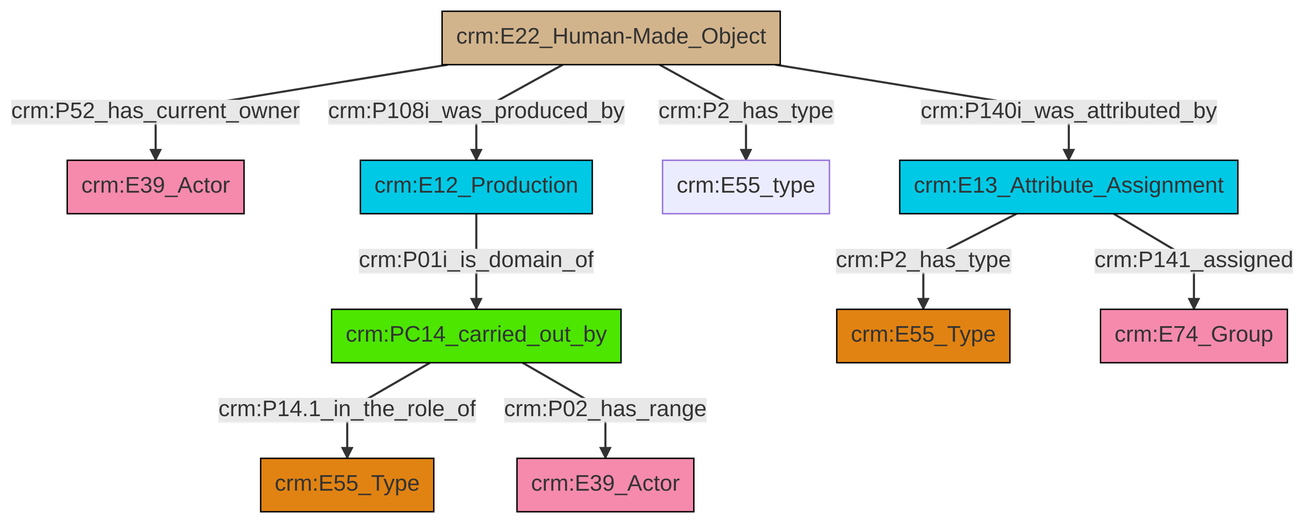
This is et/builtWorkCSV/ttl/mmd/png/Built_Work_actor_relations.png from swiss-art-research-net/reference-data-models, a Mermaid export, as it was before one commit. Its source is kept beside it as et/builtWorkCSV/ttl/mmd/Built_Work_actor_relations.ttl.mmd.
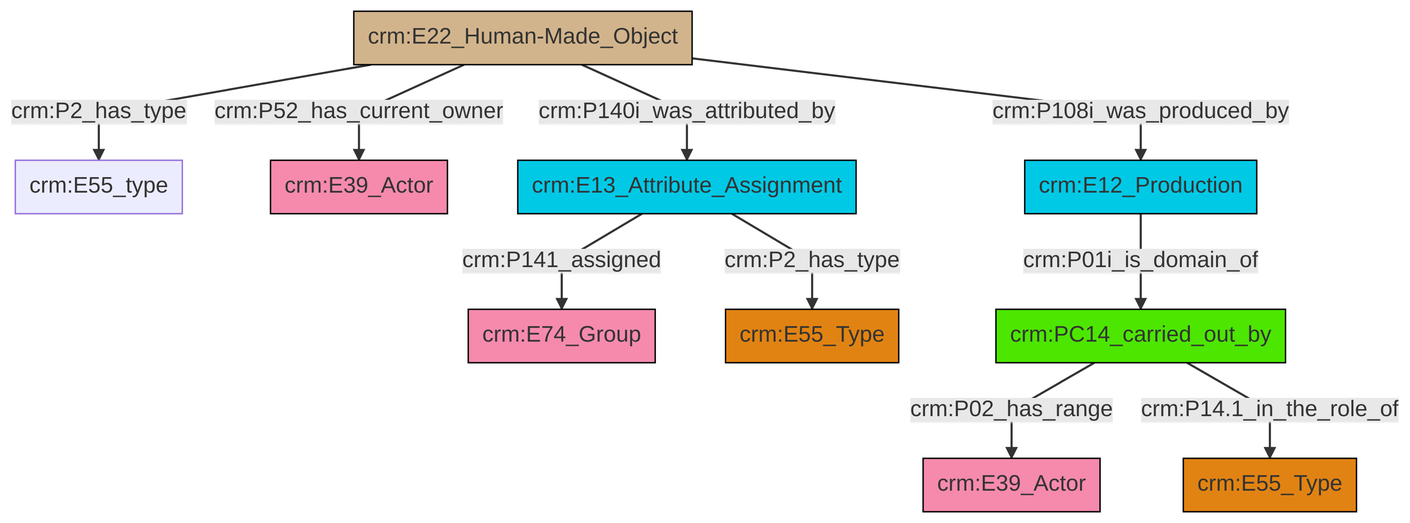
The same diagram one commit later.

What changed in the source:
```diff
@@ -13,12 +13,12 @@
 classDef PC_Classes fill:#4ce600, stroke:#000000;
 classDef Multi fill:#cccccc,stroke:#000000;
 
-4["crm:E22_Human-Made_Object"]:::Physical_Thing -->|crm:P140i_was_attributed_by| 5["crm:E13_Attribute_Assignment"]:::Temporal_Entity
-5["crm:E13_Attribute_Assignment"]:::Temporal_Entity -->|crm:P141_assigned| 10["crm:E74_Group"]:::Actor
-4["crm:E22_Human-Made_Object"]:::Physical_Thing -->|crm:P2_has_type| 8["crm:E55_type"]:::Default
-11["crm:E12_Production"]:::Temporal_Entity -->|crm:P01i_is_domain_of| 2["crm:PC14_carried_out_by"]:::PC_Classes
-4["crm:E22_Human-Made_Object"]:::Physical_Thing -->|crm:P52_has_current_owner| 0["crm:E39_Actor"]:::Actor
-5["crm:E13_Attribute_Assignment"]:::Temporal_Entity -->|crm:P2_has_type| 6["crm:E55_Type"]:::Type
-2["crm:PC14_carried_out_by"]:::PC_Classes -->|crm:P14.1_in_the_role_of| 14["crm:E55_Type"]:::Type
-4["crm:E22_Human-Made_Object"]:::Physical_Thing -->|crm:P108i_was_produced_by| 11["crm:E12_Production"]:::Temporal_Entity
-2["crm:PC14_carried_out_by"]:::PC_Classes -->|crm:P02_has_range| 17["crm:E39_Actor"]:::Actor
+6["crm:PC14_carried_out_by"]:::PC_Classes -->|crm:P02_has_range| 7["crm:E39_Actor"]:::Actor
+8["crm:E22_Human-Made_Object"]:::Physical_Thing -->|crm:P2_has_type| 9["crm:E55_type"]:::Default
+8["crm:E22_Human-Made_Object"]:::Physical_Thing -->|crm:P52_has_current_owner| 2["crm:E39_Actor"]:::Actor
+4["crm:E13_Attribute_Assignment"]:::Temporal_Entity -->|crm:P141_assigned| 10["crm:E74_Group"]:::Actor
+8["crm:E22_Human-Made_Object"]:::Physical_Thing -->|crm:P140i_was_attributed_by| 4["crm:E13_Attribute_Assignment"]:::Temporal_Entity
+6["crm:PC14_carried_out_by"]:::PC_Classes -->|crm:P14.1_in_the_role_of| 12["crm:E55_Type"]:::Type
+13["crm:E12_Production"]:::Temporal_Entity -->|crm:P01i_is_domain_of| 6["crm:PC14_carried_out_by"]:::PC_Classes
+4["crm:E13_Attribute_Assignment"]:::Temporal_Entity -->|crm:P2_has_type| 0["crm:E55_Type"]:::Type
+8["crm:E22_Human-Made_Object"]:::Physical_Thing -->|crm:P108i_was_produced_by| 13["crm:E12_Production"]:::Temporal_Entity
```
